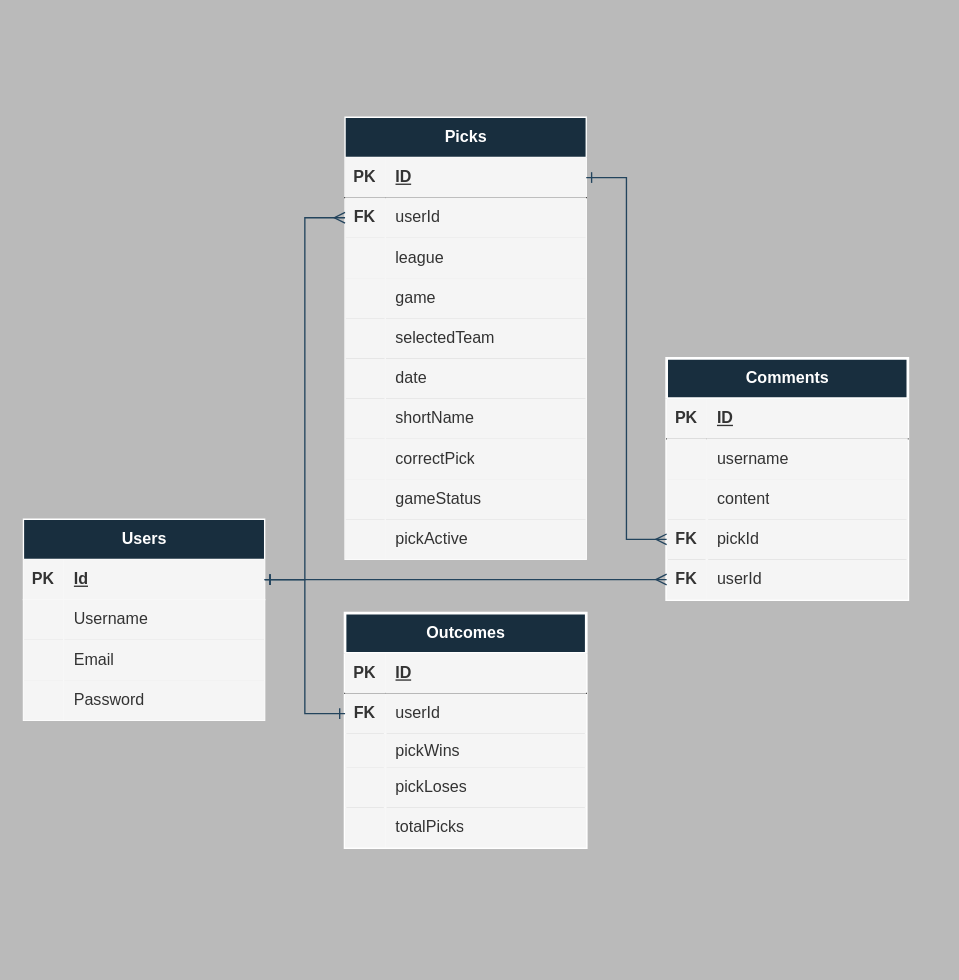
Earlier version of the draw.io diagram erd/PickEm-erd-v01.drawio (andrewbantly/pickem). Source tidied: cells renumbered, new cells numbered last; positions are measured from the earlier drawing's top-left corner, leaving out a move shared by most shapes. Both pictures are drawn from the tidied source at 134%, with x=0, y=0 at pixel (23, 117).
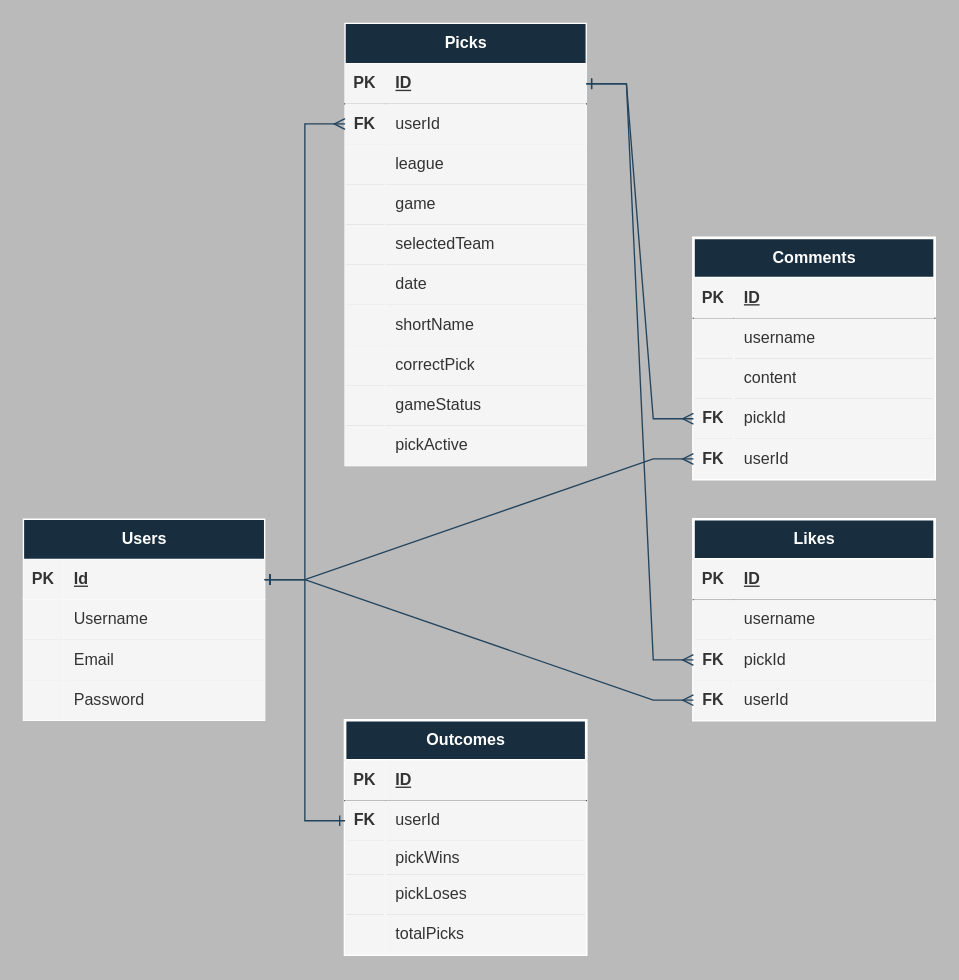
Above is the later version.

The change refers to these unchanged cells:
```xml
<mxCell id="3" style="shape=tableRow;horizontal=0;startSize=0;swimlaneHead=0;swimlaneBody=0;fillColor=none;points=[[0,0.5],[1,0.5]];portConstraint=eastwest;top=0;left=0;right=0;bottom=1;labelBackgroundColor=none;strokeColor=#FFFFFF;fontColor=#FFFFFF;" parent="2" vertex="1">
  <mxGeometry y="30" width="180" height="30" as="geometry" />
</mxCell>
<mxCell id="16" style="shape=tableRow;horizontal=0;startSize=0;swimlaneHead=0;swimlaneBody=0;fillColor=none;points=[[0,0.5],[1,0.5]];portConstraint=eastwest;top=0;left=0;right=0;bottom=1;" parent="15" vertex="1">
  <mxGeometry y="30" width="180" height="30" as="geometry" />
</mxCell>
```

Change to the diagram source:
```diff
@@
     <mxCell id="15" value="Picks" style="shape=table;startSize=30;childLayout=tableLayout;rowLines=0;fontStyle=1;align=center;html=1;fillColor=#182E3E;strokeColor=#FFFFFF;fontColor=#FFFFFF;labelBackgroundColor=none;" parent="1" vertex="1">
-      <mxGeometry x="240" width="180" height="330" as="geometry" />
+      <mxGeometry x="240" y="-70" width="180" height="330" as="geometry" />
     </mxCell>
@@
     <mxCell id="47" value="Outcomes" style="shape=table;startSize=30;childLayout=tableLayout;rowLines=0;fontStyle=1;align=center;html=1;fillColor=#182E3E;strokeColor=#FFFFFF;strokeWidth=2;fontColor=#FFFFFF;labelBackgroundColor=none;" parent="1" vertex="1">
-      <mxGeometry x="240" y="370" width="180" height="175" as="geometry" />
+      <mxGeometry x="240" y="450" width="180" height="175" as="geometry" />
     </mxCell>
@@
     <mxCell id="64" value="Comments" style="shape=table;startSize=30;childLayout=tableLayout;rowLines=0;fontStyle=1;align=center;html=1;fillColor=#182E3E;strokeColor=#FFFFFF;strokeWidth=2;fontColor=#FFFFFF;labelBackgroundColor=none;" parent="1" vertex="1">
-      <mxGeometry x="480" y="180" width="180" height="180" as="geometry" />
+      <mxGeometry x="500" y="90" width="180" height="180" as="geometry" />
     </mxCell>
@@
+    <mxCell id="82" value="Likes" style="shape=table;startSize=30;childLayout=tableLayout;rowLines=0;fontStyle=1;align=center;html=1;fillColor=#182E3E;strokeColor=#FFFFFF;strokeWidth=2;fontColor=#FFFFFF;labelBackgroundColor=none;" parent="1" vertex="1">
+      <mxGeometry x="500" y="300" width="180" height="150" as="geometry" />
+    </mxCell>
+    <mxCell id="83" style="shape=tableRow;horizontal=0;startSize=0;swimlaneHead=0;swimlaneBody=0;fillColor=none;top=0;left=0;right=0;bottom=1;" parent="82" vertex="1">
+      <mxGeometry y="30" width="180" height="30" as="geometry" />
+    </mxCell>
+    <mxCell id="84" value="PK" style="shape=partialRectangle;fillColor=#f5f5f5;top=0;left=0;bottom=0;right=0;fontStyle=1;overflow=hidden;whiteSpace=wrap;html=1;fontColor=#333333;strokeColor=#666666;" parent="83" vertex="1">
+      <mxGeometry width="30" height="30" as="geometry" />
+    </mxCell>
+    <mxCell id="85" value="ID" style="shape=partialRectangle;fillColor=#f5f5f5;top=0;left=0;bottom=0;right=0;align=left;spacingLeft=6;fontStyle=5;overflow=hidden;whiteSpace=wrap;html=1;fontColor=#333333;strokeColor=#666666;" parent="83" vertex="1">
+      <mxGeometry x="30" width="150" height="30" as="geometry" />
+    </mxCell>
+    <mxCell id="86" style="shape=tableRow;horizontal=0;startSize=0;swimlaneHead=0;swimlaneBody=0;fillColor=none;top=0;left=0;right=0;bottom=0;" parent="82" vertex="1">
+      <mxGeometry y="60" width="180" height="30" as="geometry" />
+    </mxCell>
+    <mxCell id="87" style="shape=partialRectangle;fillColor=#f5f5f5;top=0;left=0;bottom=0;right=0;overflow=hidden;whiteSpace=wrap;html=1;fontColor=#333333;strokeColor=#666666;" parent="86" vertex="1">
+      <mxGeometry width="30" height="30" as="geometry" />
+    </mxCell>
+    <mxCell id="88" value="username" style="shape=partialRectangle;fillColor=#f5f5f5;top=0;left=0;bottom=0;right=0;align=left;spacingLeft=6;overflow=hidden;whiteSpace=wrap;html=1;fontColor=#333333;strokeColor=#666666;" parent="86" vertex="1">
+      <mxGeometry x="30" width="150" height="30" as="geometry" />
+    </mxCell>
+    <mxCell id="89" style="shape=tableRow;horizontal=0;startSize=0;swimlaneHead=0;swimlaneBody=0;fillColor=none;points=[[0,0.5],[1,0.5]];portConstraint=eastwest;top=0;left=0;right=0;bottom=0;" parent="82" vertex="1">
+      <mxGeometry y="90" width="180" height="30" as="geometry" />
+    </mxCell>
+    <mxCell id="90" value="FK" style="shape=partialRectangle;fillColor=#f5f5f5;top=0;left=0;bottom=0;right=0;overflow=hidden;whiteSpace=wrap;html=1;fontColor=#333333;strokeColor=#666666;fontStyle=1;" parent="89" vertex="1">
+      <mxGeometry width="30" height="30" as="geometry" />
+    </mxCell>
+    <mxCell id="91" value="pickId" style="shape=partialRectangle;fillColor=#f5f5f5;top=0;left=0;bottom=0;right=0;align=left;spacingLeft=6;overflow=hidden;whiteSpace=wrap;html=1;fontColor=#333333;strokeColor=#666666;" parent="89" vertex="1">
+      <mxGeometry x="30" width="150" height="30" as="geometry" />
+    </mxCell>
+    <mxCell id="92" style="shape=tableRow;horizontal=0;startSize=0;swimlaneHead=0;swimlaneBody=0;fillColor=none;points=[[0,0.5],[1,0.5]];portConstraint=eastwest;top=0;left=0;right=0;bottom=0;" parent="82" vertex="1">
+      <mxGeometry y="120" width="180" height="30" as="geometry" />
+    </mxCell>
+    <mxCell id="93" value="FK" style="shape=partialRectangle;fillColor=#f5f5f5;top=0;left=0;bottom=0;right=0;overflow=hidden;whiteSpace=wrap;html=1;fontColor=#333333;strokeColor=#666666;fontStyle=1;" parent="92" vertex="1">
+      <mxGeometry width="30" height="30" as="geometry" />
+    </mxCell>
+    <mxCell id="94" value="userId" style="shape=partialRectangle;fillColor=#f5f5f5;top=0;left=0;bottom=0;right=0;align=left;spacingLeft=6;overflow=hidden;whiteSpace=wrap;html=1;fontColor=#333333;strokeColor=#666666;" parent="92" vertex="1">
+      <mxGeometry x="30" width="150" height="30" as="geometry" />
+    </mxCell>
+    <mxCell id="95" style="edgeStyle=entityRelationEdgeStyle;fontSize=12;html=1;endArrow=ERmany;rounded=0;strokeColor=#23445D;exitX=1;exitY=0.5;exitDx=0;exitDy=0;startArrow=ERone;startFill=0;endFill=0;" parent="1" edge="1" source="3" target="92">
+      <mxGeometry relative="1" as="geometry" />
+    </mxCell>
+    <mxCell id="96" style="edgeStyle=entityRelationEdgeStyle;fontSize=12;html=1;endArrow=ERmany;rounded=0;strokeColor=#23445D;exitX=1;exitY=0.5;exitDx=0;exitDy=0;startArrow=ERone;startFill=0;endFill=0;entryX=0;entryY=0.5;entryDx=0;entryDy=0;" parent="1" edge="1" source="16" target="89">
+      <mxGeometry relative="1" as="geometry" />
+    </mxCell>
```
